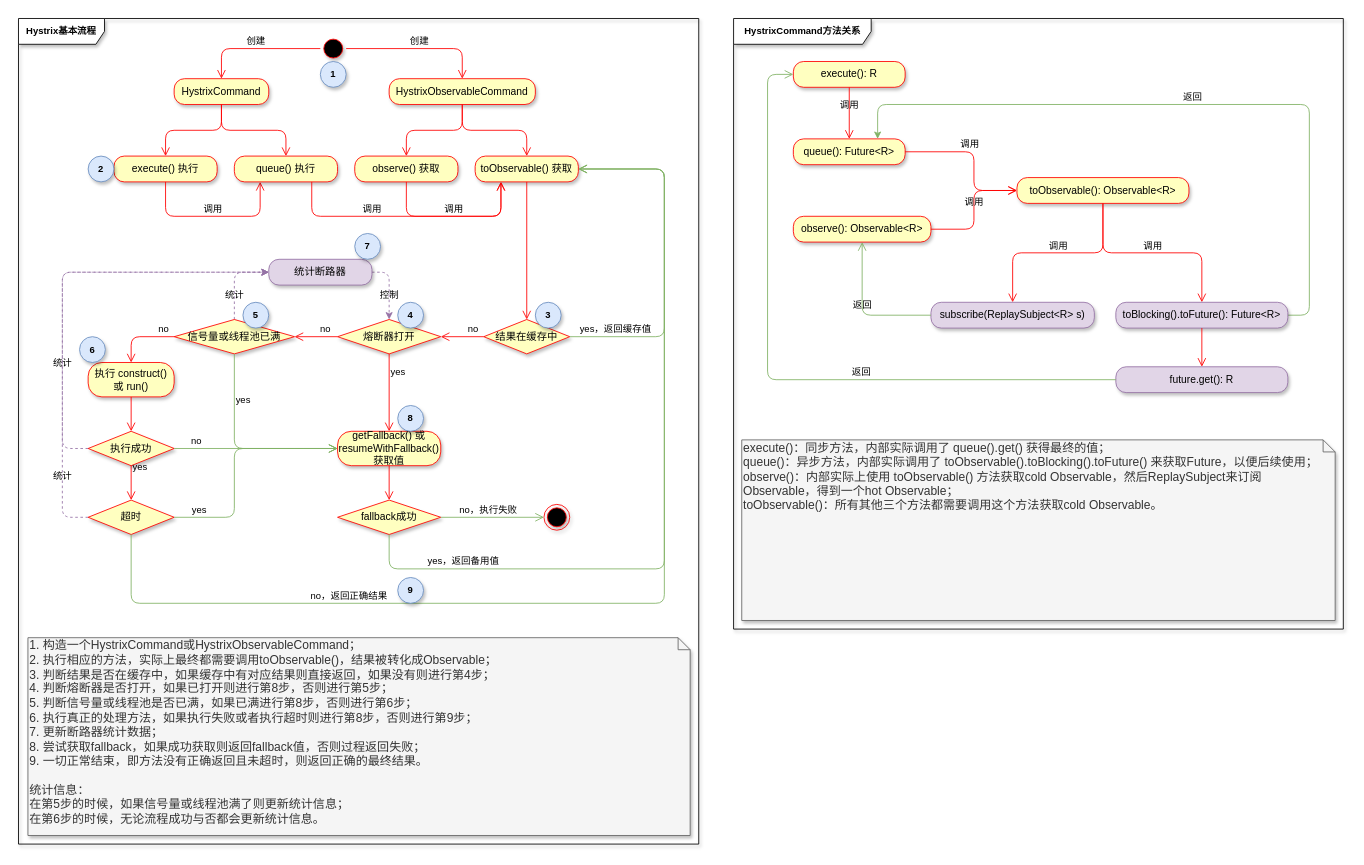
Woobhurk/tyz-pic-repo keeps this draw.io diagram as tyz-流程图.drawio. Above is the earlier version. Source tidied: cells renumbered, new cells numbered last; positions are measured from the earlier drawing's top-left corner, leaving out a move shared by most shapes. Both pictures are drawn from the tidied source at 86%, with x=0, y=0 at pixel (18, 18).
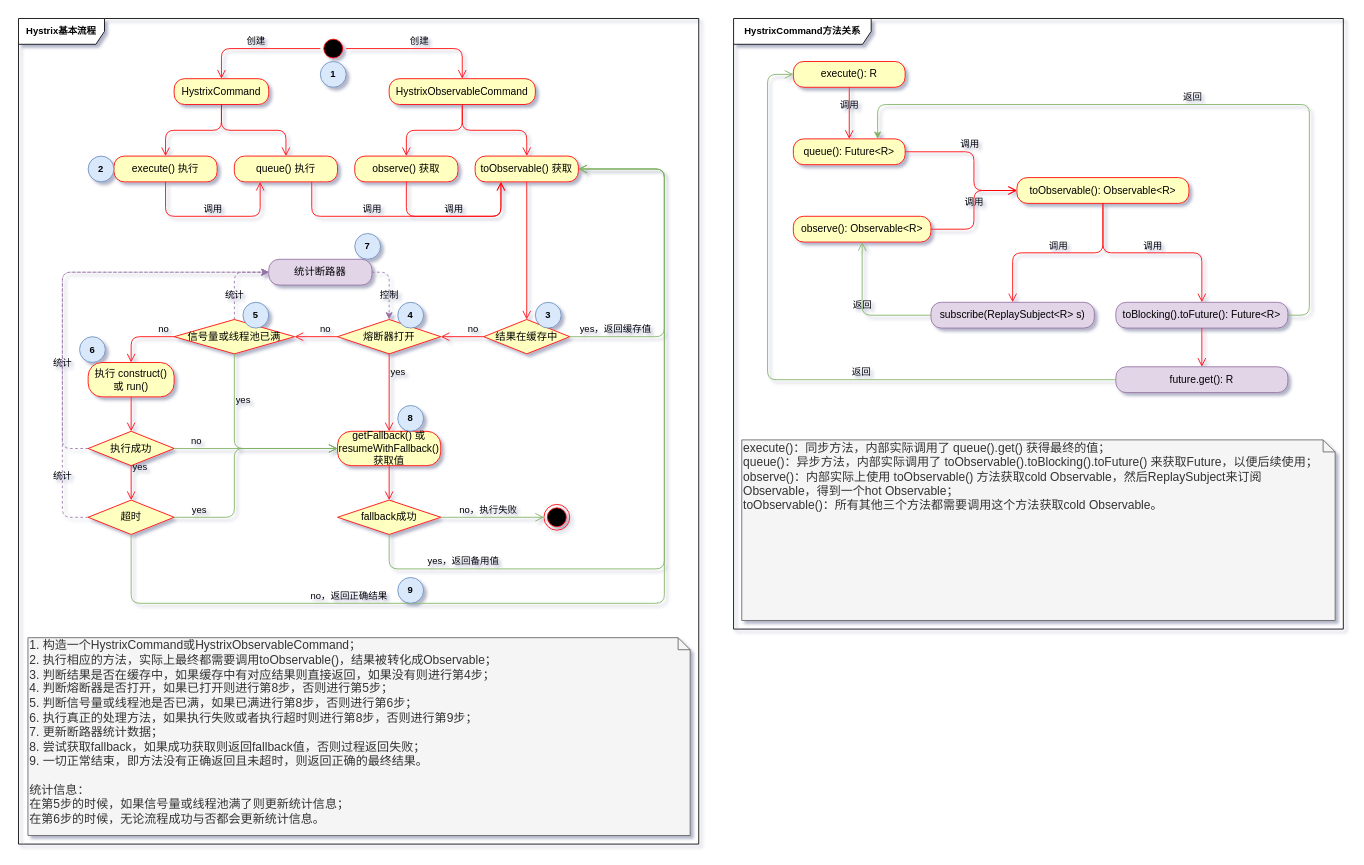
The same diagram, later.

Diff of the diagram source:
```diff
@@
-<mxGraphModel>
+<mxGraphModel shadow="1">
@@
-    <mxCell id="2" value="HystrixCommand方法关系" style="shape=umlFrame;whiteSpace=wrap;html=1;rounded=1;shadow=1;glass=0;labelBackgroundColor=none;strokeColor=#000000;fillColor=#ffffff;gradientColor=none;fontSize=11;width=160;height=30;fontStyle=1;" parent="1" vertex="1">
+    <mxCell id="2" value="HystrixCommand方法关系" style="shape=umlFrame;whiteSpace=wrap;html=1;rounded=1;shadow=0;glass=0;labelBackgroundColor=none;strokeColor=#000000;fillColor=#ffffff;gradientColor=none;fontSize=11;width=160;height=30;fontStyle=1;" parent="1" vertex="1">
       <mxGeometry x="831.5" width="709" height="710" as="geometry" />
     </mxCell>
-    <mxCell id="3" value="Hystrix基本流程" style="shape=umlFrame;whiteSpace=wrap;html=1;rounded=1;shadow=1;glass=0;labelBackgroundColor=none;strokeColor=#000000;fillColor=#ffffff;fontSize=11;fontStyle=1;width=100;height=30;" parent="1" vertex="1">
+    <mxCell id="3" value="Hystrix基本流程" style="shape=umlFrame;whiteSpace=wrap;html=1;rounded=1;shadow=0;glass=0;labelBackgroundColor=none;strokeColor=#000000;fillColor=#ffffff;fontSize=11;fontStyle=1;width=100;height=30;" parent="1" vertex="1">
       <mxGeometry width="791" height="960" as="geometry" />
     </mxCell>
-    <mxCell id="4" style="ellipse;html=1;shape=startState;fillColor=#000000;strokeColor=#ff0000;shadow=1;verticalAlign=middle;labelBorderColor=none;labelBackgroundColor=none;" parent="1" vertex="1">
+    <mxCell id="4" style="ellipse;html=1;shape=startState;fillColor=#000000;strokeColor=#ff0000;shadow=0;verticalAlign=middle;labelBorderColor=none;labelBackgroundColor=none;" parent="1" vertex="1">
       <mxGeometry x="351" y="20" width="30" height="30" as="geometry" />
     </mxCell>
@@
-    <mxCell id="7" value="HystrixCommand" style="rounded=1;whiteSpace=wrap;html=1;arcSize=40;fontColor=#000000;fillColor=#ffffc0;strokeColor=#ff0000;shadow=1;verticalAlign=middle;labelBorderColor=none;labelBackgroundColor=none;" parent="1" vertex="1">
+    <mxCell id="7" value="HystrixCommand" style="rounded=1;whiteSpace=wrap;html=1;arcSize=40;fontColor=#000000;fillColor=#ffffc0;strokeColor=#ff0000;shadow=0;verticalAlign=middle;labelBorderColor=none;labelBackgroundColor=none;" parent="1" vertex="1">
       <mxGeometry x="181" y="70" width="110" height="30" as="geometry" />
     </mxCell>
@@
-    <mxCell id="9" value="HystrixObservableCommand" style="rounded=1;whiteSpace=wrap;html=1;arcSize=40;fontColor=#000000;fillColor=#ffffc0;strokeColor=#ff0000;shadow=1;verticalAlign=middle;labelBorderColor=none;labelBackgroundColor=none;" parent="1" vertex="1">
+    <mxCell id="9" value="HystrixObservableCommand" style="rounded=1;whiteSpace=wrap;html=1;arcSize=40;fontColor=#000000;fillColor=#ffffc0;strokeColor=#ff0000;shadow=0;verticalAlign=middle;labelBorderColor=none;labelBackgroundColor=none;" parent="1" vertex="1">
       <mxGeometry x="431" y="70" width="170" height="30" as="geometry" />
     </mxCell>
@@
-    <mxCell id="11" value="execute() 执行" style="rounded=1;whiteSpace=wrap;html=1;arcSize=40;fontColor=#000000;fillColor=#ffffc0;strokeColor=#ff0000;shadow=1;verticalAlign=middle;labelBorderColor=none;labelBackgroundColor=none;" parent="1" vertex="1">
+    <mxCell id="11" value="execute() 执行" style="rounded=1;whiteSpace=wrap;html=1;arcSize=40;fontColor=#000000;fillColor=#ffffc0;strokeColor=#ff0000;shadow=0;verticalAlign=middle;labelBorderColor=none;labelBackgroundColor=none;" parent="1" vertex="1">
       <mxGeometry x="111" y="160" width="120" height="30" as="geometry" />
     </mxCell>
@@
-    <mxCell id="13" value="queue() 执行" style="rounded=1;whiteSpace=wrap;html=1;arcSize=40;fontColor=#000000;fillColor=#ffffc0;strokeColor=#ff0000;shadow=1;verticalAlign=middle;labelBorderColor=none;labelBackgroundColor=none;" parent="1" vertex="1">
+    <mxCell id="13" value="queue() 执行" style="rounded=1;whiteSpace=wrap;html=1;arcSize=40;fontColor=#000000;fillColor=#ffffc0;strokeColor=#ff0000;shadow=0;verticalAlign=middle;labelBorderColor=none;labelBackgroundColor=none;" parent="1" vertex="1">
       <mxGeometry x="251" y="160" width="120" height="30" as="geometry" />
     </mxCell>
@@
-    <mxCell id="15" value="observe() 获取" style="rounded=1;whiteSpace=wrap;html=1;arcSize=40;fontColor=#000000;fillColor=#ffffc0;strokeColor=#ff0000;shadow=1;verticalAlign=middle;labelBorderColor=none;labelBackgroundColor=none;" parent="1" vertex="1">
+    <mxCell id="15" value="observe() 获取" style="rounded=1;whiteSpace=wrap;html=1;arcSize=40;fontColor=#000000;fillColor=#ffffc0;strokeColor=#ff0000;shadow=0;verticalAlign=middle;labelBorderColor=none;labelBackgroundColor=none;" parent="1" vertex="1">
       <mxGeometry x="391" y="160" width="120" height="30" as="geometry" />
     </mxCell>
@@
-    <mxCell id="18" value="toObservable() 获取" style="rounded=1;whiteSpace=wrap;html=1;arcSize=40;fontColor=#000000;fillColor=#ffffc0;strokeColor=#ff0000;shadow=1;verticalAlign=middle;labelBorderColor=none;labelBackgroundColor=none;" parent="1" vertex="1">
+    <mxCell id="18" value="toObservable() 获取" style="rounded=1;whiteSpace=wrap;html=1;arcSize=40;fontColor=#000000;fillColor=#ffffc0;strokeColor=#ff0000;shadow=0;verticalAlign=middle;labelBorderColor=none;labelBackgroundColor=none;" parent="1" vertex="1">
       <mxGeometry x="531" y="160" width="120" height="30" as="geometry" />
     </mxCell>
@@
-    <mxCell id="20" value="结果在缓存中" style="rhombus;whiteSpace=wrap;html=1;fillColor=#ffffc0;strokeColor=#ff0000;shadow=1;verticalAlign=middle;labelBorderColor=none;labelBackgroundColor=none;" parent="1" vertex="1">
+    <mxCell id="20" value="结果在缓存中" style="rhombus;whiteSpace=wrap;html=1;fillColor=#ffffc0;strokeColor=#ff0000;shadow=0;verticalAlign=middle;labelBorderColor=none;labelBackgroundColor=none;" parent="1" vertex="1">
       <mxGeometry x="541" y="350" width="100" height="40" as="geometry" />
     </mxCell>
@@
-    <mxCell id="23" value="熔断器打开" style="rhombus;whiteSpace=wrap;html=1;fillColor=#ffffc0;strokeColor=#ff0000;shadow=1;verticalAlign=middle;labelBorderColor=none;labelBackgroundColor=none;" parent="1" vertex="1">
+    <mxCell id="23" value="熔断器打开" style="rhombus;whiteSpace=wrap;html=1;fillColor=#ffffc0;strokeColor=#ff0000;shadow=0;verticalAlign=middle;labelBorderColor=none;labelBackgroundColor=none;" parent="1" vertex="1">
       <mxGeometry x="371" y="350" width="120" height="40" as="geometry" />
     </mxCell>
@@
-    <mxCell id="26" value="getFallback() 或 resumeWithFallback() 获取值" style="rounded=1;whiteSpace=wrap;html=1;arcSize=40;fontColor=#000000;fillColor=#ffffc0;strokeColor=#ff0000;shadow=1;verticalAlign=middle;labelBorderColor=none;labelBackgroundColor=none;" parent="1" vertex="1">
+    <mxCell id="26" value="getFallback() 或 resumeWithFallback() 获取值" style="rounded=1;whiteSpace=wrap;html=1;arcSize=40;fontColor=#000000;fillColor=#ffffc0;strokeColor=#ff0000;shadow=0;verticalAlign=middle;labelBorderColor=none;labelBackgroundColor=none;" parent="1" vertex="1">
       <mxGeometry x="371" y="480" width="120" height="40" as="geometry" />
     </mxCell>
@@
-    <mxCell id="28" value="fallback成功" style="rhombus;whiteSpace=wrap;html=1;fillColor=#ffffc0;strokeColor=#ff0000;shadow=1;verticalAlign=middle;labelBorderColor=none;labelBackgroundColor=none;" parent="1" vertex="1">
+    <mxCell id="28" value="fallback成功" style="rhombus;whiteSpace=wrap;html=1;fillColor=#ffffc0;strokeColor=#ff0000;shadow=0;verticalAlign=middle;labelBorderColor=none;labelBackgroundColor=none;" parent="1" vertex="1">
       <mxGeometry x="371" y="560" width="120" height="40" as="geometry" />
     </mxCell>
@@
-    <mxCell id="32" value="信号量或线程池已满" style="rhombus;whiteSpace=wrap;html=1;fillColor=#ffffc0;strokeColor=#ff0000;shadow=1;verticalAlign=middle;labelBorderColor=none;labelBackgroundColor=none;" parent="1" vertex="1">
+    <mxCell id="32" value="信号量或线程池已满" style="rhombus;whiteSpace=wrap;html=1;fillColor=#ffffc0;strokeColor=#ff0000;shadow=0;verticalAlign=middle;labelBorderColor=none;labelBackgroundColor=none;" parent="1" vertex="1">
       <mxGeometry x="181" y="350" width="140" height="40" as="geometry" />
     </mxCell>
@@
-    <mxCell id="35" value="执行 construct() 或 run()" style="rounded=1;whiteSpace=wrap;html=1;arcSize=40;fontColor=#000000;fillColor=#ffffc0;strokeColor=#ff0000;shadow=1;verticalAlign=middle;labelBorderColor=none;labelBackgroundColor=none;" parent="1" vertex="1">
+    <mxCell id="35" value="执行 construct() 或 run()" style="rounded=1;whiteSpace=wrap;html=1;arcSize=40;fontColor=#000000;fillColor=#ffffc0;strokeColor=#ff0000;shadow=0;verticalAlign=middle;labelBorderColor=none;labelBackgroundColor=none;" parent="1" vertex="1">
       <mxGeometry x="81" y="400" width="100" height="40" as="geometry" />
     </mxCell>
@@
-    <mxCell id="38" value="执行成功" style="rhombus;whiteSpace=wrap;html=1;fillColor=#ffffc0;strokeColor=#ff0000;shadow=1;verticalAlign=middle;labelBorderColor=none;labelBackgroundColor=none;" parent="1" vertex="1">
+    <mxCell id="38" value="执行成功" style="rhombus;whiteSpace=wrap;html=1;fillColor=#ffffc0;strokeColor=#ff0000;shadow=0;verticalAlign=middle;labelBorderColor=none;labelBackgroundColor=none;" parent="1" vertex="1">
       <mxGeometry x="81" y="480" width="100" height="40" as="geometry" />
     </mxCell>
@@
-    <mxCell id="42" value="超时" style="rhombus;whiteSpace=wrap;html=1;fillColor=#ffffc0;strokeColor=#ff0000;shadow=1;verticalAlign=middle;labelBorderColor=none;labelBackgroundColor=none;" parent="1" vertex="1">
+    <mxCell id="42" value="超时" style="rhombus;whiteSpace=wrap;html=1;fillColor=#ffffc0;strokeColor=#ff0000;shadow=0;verticalAlign=middle;labelBorderColor=none;labelBackgroundColor=none;" parent="1" vertex="1">
       <mxGeometry x="81" y="560" width="100" height="40" as="geometry" />
     </mxCell>
@@
-    <mxCell id="45" style="ellipse;html=1;shape=endState;fillColor=#000000;strokeColor=#ff0000;shadow=1;verticalAlign=middle;labelBorderColor=none;labelBackgroundColor=none;" parent="1" vertex="1">
+    <mxCell id="45" style="ellipse;html=1;shape=endState;fillColor=#000000;strokeColor=#ff0000;shadow=0;verticalAlign=middle;labelBorderColor=none;labelBackgroundColor=none;" parent="1" vertex="1">
       <mxGeometry x="611" y="565" width="30" height="30" as="geometry" />
     </mxCell>
@@
-    <mxCell id="47" value="统计断路器" style="rounded=1;whiteSpace=wrap;html=1;arcSize=40;fillColor=#e1d5e7;strokeColor=#9673a6;shadow=1;verticalAlign=middle;glass=0;labelBorderColor=none;labelBackgroundColor=none;" parent="1" vertex="1">
+    <mxCell id="47" value="统计断路器" style="rounded=1;whiteSpace=wrap;html=1;arcSize=40;fillColor=#e1d5e7;strokeColor=#9673a6;shadow=0;verticalAlign=middle;glass=0;labelBorderColor=none;labelBackgroundColor=none;" parent="1" vertex="1">
       <mxGeometry x="291" y="280" width="120" height="30" as="geometry" />
     </mxCell>
@@
-    <mxCell id="49" value="&lt;b&gt;1&lt;/b&gt;" style="ellipse;whiteSpace=wrap;html=1;rounded=1;shadow=1;glass=0;labelBackgroundColor=none;strokeColor=#6c8ebf;fillColor=#dae8fc;fontSize=11;" parent="1" vertex="1">
+    <mxCell id="49" value="&lt;b&gt;1&lt;/b&gt;" style="ellipse;whiteSpace=wrap;html=1;rounded=1;shadow=0;glass=0;labelBackgroundColor=none;strokeColor=#6c8ebf;fillColor=#dae8fc;fontSize=11;" parent="1" vertex="1">
       <mxGeometry x="351" y="50" width="30" height="30" as="geometry" />
     </mxCell>
-    <mxCell id="50" value="&lt;b&gt;2&lt;/b&gt;" style="ellipse;whiteSpace=wrap;html=1;rounded=1;shadow=1;glass=0;labelBackgroundColor=none;strokeColor=#6c8ebf;fillColor=#dae8fc;fontSize=11;" parent="1" vertex="1">
+    <mxCell id="50" value="&lt;b&gt;2&lt;/b&gt;" style="ellipse;whiteSpace=wrap;html=1;rounded=1;shadow=0;glass=0;labelBackgroundColor=none;strokeColor=#6c8ebf;fillColor=#dae8fc;fontSize=11;" parent="1" vertex="1">
       <mxGeometry x="81" y="160" width="30" height="30" as="geometry" />
     </mxCell>
-    <mxCell id="51" value="&lt;b&gt;3&lt;/b&gt;" style="ellipse;whiteSpace=wrap;html=1;rounded=1;shadow=1;glass=0;labelBackgroundColor=none;strokeColor=#6c8ebf;fillColor=#dae8fc;fontSize=11;" parent="1" vertex="1">
+    <mxCell id="51" value="&lt;b&gt;3&lt;/b&gt;" style="ellipse;whiteSpace=wrap;html=1;rounded=1;shadow=0;glass=0;labelBackgroundColor=none;strokeColor=#6c8ebf;fillColor=#dae8fc;fontSize=11;" parent="1" vertex="1">
       <mxGeometry x="601" y="330" width="30" height="30" as="geometry" />
     </mxCell>
-    <mxCell id="52" value="&lt;b&gt;4&lt;/b&gt;" style="ellipse;whiteSpace=wrap;html=1;rounded=1;shadow=1;glass=0;labelBackgroundColor=none;strokeColor=#6c8ebf;fillColor=#dae8fc;fontSize=11;" parent="1" vertex="1">
+    <mxCell id="52" value="&lt;b&gt;4&lt;/b&gt;" style="ellipse;whiteSpace=wrap;html=1;rounded=1;shadow=0;glass=0;labelBackgroundColor=none;strokeColor=#6c8ebf;fillColor=#dae8fc;fontSize=11;" parent="1" vertex="1">
       <mxGeometry x="441" y="330" width="30" height="30" as="geometry" />
     </mxCell>
-    <mxCell id="53" value="&lt;b&gt;5&lt;/b&gt;" style="ellipse;whiteSpace=wrap;html=1;rounded=1;shadow=1;glass=0;labelBackgroundColor=none;strokeColor=#6c8ebf;fillColor=#dae8fc;fontSize=11;" parent="1" vertex="1">
+    <mxCell id="53" value="&lt;b&gt;5&lt;/b&gt;" style="ellipse;whiteSpace=wrap;html=1;rounded=1;shadow=0;glass=0;labelBackgroundColor=none;strokeColor=#6c8ebf;fillColor=#dae8fc;fontSize=11;" parent="1" vertex="1">
       <mxGeometry x="261" y="330" width="30" height="30" as="geometry" />
     </mxCell>
-    <mxCell id="54" value="&lt;b&gt;6&lt;/b&gt;" style="ellipse;whiteSpace=wrap;html=1;rounded=1;shadow=1;glass=0;labelBackgroundColor=none;strokeColor=#6c8ebf;fillColor=#dae8fc;fontSize=11;" parent="1" vertex="1">
+    <mxCell id="54" value="&lt;b&gt;6&lt;/b&gt;" style="ellipse;whiteSpace=wrap;html=1;rounded=1;shadow=0;glass=0;labelBackgroundColor=none;strokeColor=#6c8ebf;fillColor=#dae8fc;fontSize=11;" parent="1" vertex="1">
       <mxGeometry x="71" y="370" width="30" height="30" as="geometry" />
     </mxCell>
-    <mxCell id="55" value="&lt;b&gt;7&lt;/b&gt;" style="ellipse;whiteSpace=wrap;html=1;rounded=1;shadow=1;glass=0;labelBackgroundColor=none;strokeColor=#6c8ebf;fillColor=#dae8fc;fontSize=11;" parent="1" vertex="1">
+    <mxCell id="55" value="&lt;b&gt;7&lt;/b&gt;" style="ellipse;whiteSpace=wrap;html=1;rounded=1;shadow=0;glass=0;labelBackgroundColor=none;strokeColor=#6c8ebf;fillColor=#dae8fc;fontSize=11;" parent="1" vertex="1">
       <mxGeometry x="391" y="250" width="30" height="30" as="geometry" />
     </mxCell>
-    <mxCell id="56" value="&lt;b&gt;8&lt;/b&gt;" style="ellipse;whiteSpace=wrap;html=1;rounded=1;shadow=1;glass=0;labelBackgroundColor=none;strokeColor=#6c8ebf;fillColor=#dae8fc;fontSize=11;" parent="1" vertex="1">
+    <mxCell id="56" value="&lt;b&gt;8&lt;/b&gt;" style="ellipse;whiteSpace=wrap;html=1;rounded=1;shadow=0;glass=0;labelBackgroundColor=none;strokeColor=#6c8ebf;fillColor=#dae8fc;fontSize=11;" parent="1" vertex="1">
       <mxGeometry x="441" y="450" width="30" height="30" as="geometry" />
     </mxCell>
-    <mxCell id="57" value="&lt;b&gt;9&lt;/b&gt;" style="ellipse;whiteSpace=wrap;html=1;rounded=1;shadow=1;glass=0;labelBackgroundColor=none;strokeColor=#6c8ebf;fillColor=#dae8fc;fontSize=11;" parent="1" vertex="1">
+    <mxCell id="57" value="&lt;b&gt;9&lt;/b&gt;" style="ellipse;whiteSpace=wrap;html=1;rounded=1;shadow=0;glass=0;labelBackgroundColor=none;strokeColor=#6c8ebf;fillColor=#dae8fc;fontSize=11;" parent="1" vertex="1">
       <mxGeometry x="441" y="650" width="30" height="30" as="geometry" />
     </mxCell>
-    <mxCell id="58" value="&lt;font style=&quot;font-size: 14px&quot;&gt;1. 构造一个HystrixCommand或HystrixObservableCommand；&lt;br&gt;2. 执行相应的方法，实际上最终都需要调用toObservable()，结果被转化成Observable；&lt;br&gt;3. 判断结果是否在缓存中，如果缓存中有对应结果则直接返回，如果没有则进行第4步；&lt;br&gt;4. 判断熔断器是否打开，如果已打开则进行第8步，否则进行第5步；&lt;br&gt;5. 判断信号量或线程池是否已满，如果已满进行第8步，否则进行第6步；&lt;br&gt;6. 执行真正的处理方法，如果执行失败或者执行超时则进行第8步，否则进行第9步；&lt;br&gt;7. 更新断路器统计数据；&lt;br&gt;8. 尝试获取fallback，如果成功获取则返回fallback值，否则过程返回失败；&lt;br&gt;9. 一切正常结束，即方法没有正确返回且未超时，则返回正确的最终结果。&lt;br&gt;&lt;br&gt;统计信息：&lt;br&gt;在第5步的时候，如果信号量或线程池满了则更新统计信息；&lt;br&gt;在第6步的时候，无论流程成功与否都会更新统计信息。&lt;br&gt;&lt;br&gt;&lt;/font&gt;" style="shape=note;whiteSpace=wrap;html=1;size=14;verticalAlign=top;align=left;spacingTop=-6;rounded=1;shadow=1;glass=0;labelBackgroundColor=none;strokeColor=#666666;fillColor=#f5f5f5;fontSize=11;fontColor=#333333;" parent="1" vertex="1">
+    <mxCell id="58" value="&lt;font style=&quot;font-size: 14px&quot;&gt;1. 构造一个HystrixCommand或HystrixObservableCommand；&lt;br&gt;2. 执行相应的方法，实际上最终都需要调用toObservable()，结果被转化成Observable；&lt;br&gt;3. 判断结果是否在缓存中，如果缓存中有对应结果则直接返回，如果没有则进行第4步；&lt;br&gt;4. 判断熔断器是否打开，如果已打开则进行第8步，否则进行第5步；&lt;br&gt;5. 判断信号量或线程池是否已满，如果已满进行第8步，否则进行第6步；&lt;br&gt;6. 执行真正的处理方法，如果执行失败或者执行超时则进行第8步，否则进行第9步；&lt;br&gt;7. 更新断路器统计数据；&lt;br&gt;8. 尝试获取fallback，如果成功获取则返回fallback值，否则过程返回失败；&lt;br&gt;9. 一切正常结束，即方法没有正确返回且未超时，则返回正确的最终结果。&lt;br&gt;&lt;br&gt;统计信息：&lt;br&gt;在第5步的时候，如果信号量或线程池满了则更新统计信息；&lt;br&gt;在第6步的时候，无论流程成功与否都会更新统计信息。&lt;br&gt;&lt;br&gt;&lt;/font&gt;" style="shape=note;whiteSpace=wrap;html=1;size=14;verticalAlign=top;align=left;spacingTop=-6;rounded=1;shadow=0;glass=0;labelBackgroundColor=none;strokeColor=#666666;fillColor=#f5f5f5;fontSize=11;fontColor=#333333;" parent="1" vertex="1">
       <mxGeometry x="11" y="720" width="770" height="230" as="geometry" />
     </mxCell>
-    <mxCell id="59" value="execute(): R" style="rounded=1;whiteSpace=wrap;html=1;arcSize=40;fontColor=#000000;fillColor=#ffffc0;strokeColor=#ff0000;shadow=1;glass=0;labelBackgroundColor=none;" parent="1" vertex="1">
+    <mxCell id="59" value="execute(): R" style="rounded=1;whiteSpace=wrap;html=1;arcSize=40;fontColor=#000000;fillColor=#ffffc0;strokeColor=#ff0000;shadow=0;glass=0;labelBackgroundColor=none;" parent="1" vertex="1">
       <mxGeometry x="901" y="50" width="130" height="30" as="geometry" />
     </mxCell>
@@
-    <mxCell id="61" value="queue(): Future&amp;lt;R&amp;gt;" style="rounded=1;whiteSpace=wrap;html=1;arcSize=40;fontColor=#000000;fillColor=#ffffc0;strokeColor=#ff0000;shadow=1;glass=0;labelBackgroundColor=none;" parent="1" vertex="1">
+    <mxCell id="61" value="queue(): Future&amp;lt;R&amp;gt;" style="rounded=1;whiteSpace=wrap;html=1;arcSize=40;fontColor=#000000;fillColor=#ffffc0;strokeColor=#ff0000;shadow=0;glass=0;labelBackgroundColor=none;" parent="1" vertex="1">
       <mxGeometry x="901" y="140" width="130" height="30" as="geometry" />
     </mxCell>
-    <mxCell id="62" value="future.get(): R" style="rounded=1;whiteSpace=wrap;html=1;arcSize=40;fillColor=#e1d5e7;strokeColor=#9673a6;shadow=1;glass=0;labelBackgroundColor=none;" parent="1" vertex="1">
+    <mxCell id="62" value="future.get(): R" style="rounded=1;whiteSpace=wrap;html=1;arcSize=40;fillColor=#e1d5e7;strokeColor=#9673a6;shadow=0;glass=0;labelBackgroundColor=none;" parent="1" vertex="1">
       <mxGeometry x="1276" y="405" width="200" height="30" as="geometry" />
     </mxCell>
@@
-    <mxCell id="64" value="toObservable(): Observable&amp;lt;R&amp;gt;" style="rounded=1;whiteSpace=wrap;html=1;arcSize=40;fontColor=#000000;fillColor=#ffffc0;strokeColor=#ff0000;shadow=1;glass=0;labelBackgroundColor=none;" parent="1" vertex="1">
+    <mxCell id="64" value="toObservable(): Observable&amp;lt;R&amp;gt;" style="rounded=1;whiteSpace=wrap;html=1;arcSize=40;fontColor=#000000;fillColor=#ffffc0;strokeColor=#ff0000;shadow=0;glass=0;labelBackgroundColor=none;" parent="1" vertex="1">
       <mxGeometry x="1161" y="185" width="200" height="30" as="geometry" />
     </mxCell>
@@
-    <mxCell id="67" value="toBlocking().toFuture(): Future&amp;lt;R&amp;gt;" style="rounded=1;whiteSpace=wrap;html=1;arcSize=40;fillColor=#e1d5e7;strokeColor=#9673a6;shadow=1;glass=0;labelBackgroundColor=none;" parent="1" vertex="1">
+    <mxCell id="67" value="toBlocking().toFuture(): Future&amp;lt;R&amp;gt;" style="rounded=1;whiteSpace=wrap;html=1;arcSize=40;fillColor=#e1d5e7;strokeColor=#9673a6;shadow=0;glass=0;labelBackgroundColor=none;" parent="1" vertex="1">
       <mxGeometry x="1276" y="330" width="200" height="30" as="geometry" />
     </mxCell>
@@
-    <mxCell id="70" value="observe(): Observable&amp;lt;R&amp;gt;" style="rounded=1;whiteSpace=wrap;html=1;arcSize=40;fontColor=#000000;fillColor=#ffffc0;strokeColor=#ff0000;shadow=1;glass=0;labelBackgroundColor=none;" parent="1" vertex="1">
+    <mxCell id="70" value="observe(): Observable&amp;lt;R&amp;gt;" style="rounded=1;whiteSpace=wrap;html=1;arcSize=40;fontColor=#000000;fillColor=#ffffc0;strokeColor=#ff0000;shadow=0;glass=0;labelBackgroundColor=none;" parent="1" vertex="1">
       <mxGeometry x="901" y="230" width="160" height="30" as="geometry" />
     </mxCell>
@@
-    <mxCell id="72" value="execute()：同步方法，内部实际调用了 queue().get() 获得最终的值；&lt;br&gt;queue()：异步方法，内部实际调用了 toObservable().toBlocking().toFuture() 来获取Future，以便后续使用；&lt;br&gt;observe()：内部实际上使用 toObservable() 方法获取cold Observable，然后ReplaySubject来订阅Observable，得到一个hot Observable；&lt;br&gt;toObservable()：所有其他三个方法都需要调用这个方法获取cold Observable。&lt;br&gt;" style="shape=note;whiteSpace=wrap;html=1;size=14;verticalAlign=top;align=left;spacingTop=-6;rounded=1;shadow=1;glass=0;labelBackgroundColor=none;strokeColor=#666666;fillColor=#f5f5f5;fontSize=14;fontColor=#333333;" parent="1" vertex="1">
+    <mxCell id="72" value="execute()：同步方法，内部实际调用了 queue().get() 获得最终的值；&lt;br&gt;queue()：异步方法，内部实际调用了 toObservable().toBlocking().toFuture() 来获取Future，以便后续使用；&lt;br&gt;observe()：内部实际上使用 toObservable() 方法获取cold Observable，然后ReplaySubject来订阅Observable，得到一个hot Observable；&lt;br&gt;toObservable()：所有其他三个方法都需要调用这个方法获取cold Observable。&lt;br&gt;" style="shape=note;whiteSpace=wrap;html=1;size=14;verticalAlign=top;align=left;spacingTop=-6;rounded=1;shadow=0;glass=0;labelBackgroundColor=none;strokeColor=#666666;fillColor=#f5f5f5;fontSize=14;fontColor=#333333;" parent="1" vertex="1">
       <mxGeometry x="841" y="490" width="690" height="210" as="geometry" />
     </mxCell>
-    <mxCell id="73" value="subscribe(ReplaySubject&amp;lt;R&amp;gt; s)" style="rounded=1;whiteSpace=wrap;html=1;arcSize=40;fillColor=#e1d5e7;strokeColor=#9673a6;shadow=1;glass=0;labelBackgroundColor=none;" parent="1" vertex="1">
+    <mxCell id="73" value="subscribe(ReplaySubject&amp;lt;R&amp;gt; s)" style="rounded=1;whiteSpace=wrap;html=1;arcSize=40;fillColor=#e1d5e7;strokeColor=#9673a6;shadow=0;glass=0;labelBackgroundColor=none;" parent="1" vertex="1">
       <mxGeometry x="1061" y="330" width="190" height="30" as="geometry" />
     </mxCell>
```
